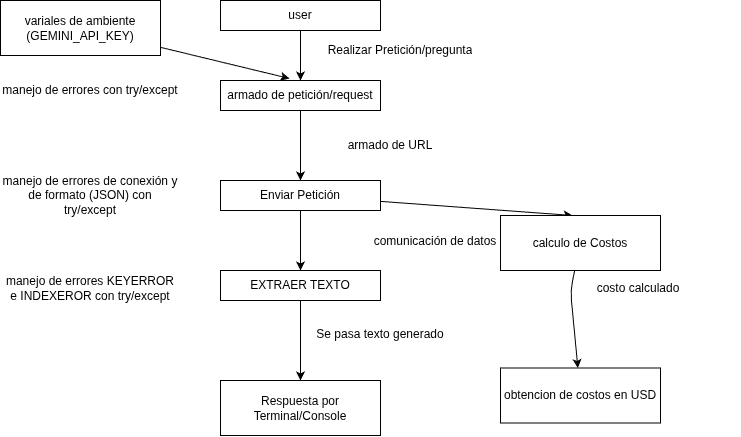
Earlier version of the draw.io export docs/draw.io/app_diagram_BLOQUE_8_.drawio.png (JorgeCardenasY/Repositorio_Base_IA_SkillNest). Source tidied: cells renumbered, new cells last; positions are measured from the earlier drawing's top-left corner, leaving out a move shared by most shapes.
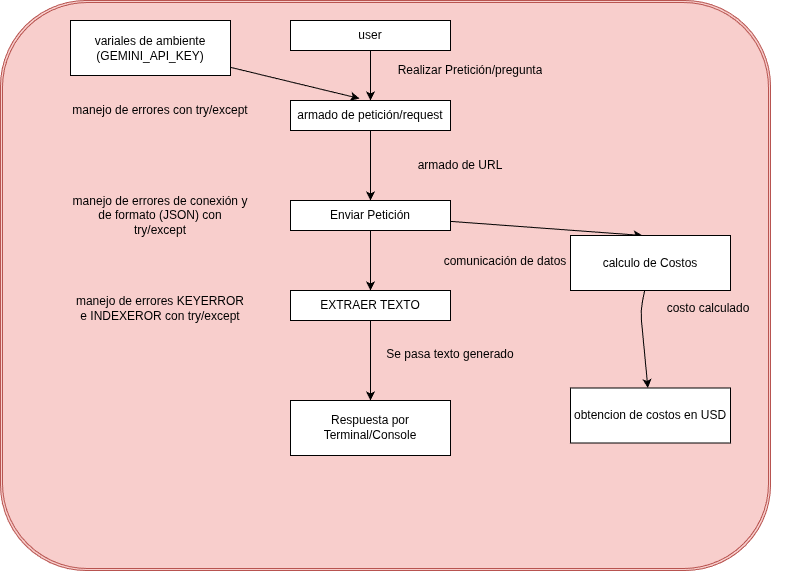
Above is the later version.

Diff of the diagram source:
```diff
@@ -2,6 +2,9 @@
   <root>
     <mxCell id="0" />
     <mxCell id="1" parent="0" />
+    <mxCell id="25" style="shape=ext;double=1;rounded=1;whiteSpace=wrap;html=1;fillColor=#f8cecc;strokeColor=#b85450;" parent="1" vertex="1">
+      <mxGeometry x="-70" y="-20" width="770" height="570" as="geometry" />
+    </mxCell>
     <mxCell id="2" style="edgeStyle=none;html=1;" parent="1" edge="1" source="3" target="5">
       <mxGeometry relative="1" as="geometry" />
     </mxCell>
```
